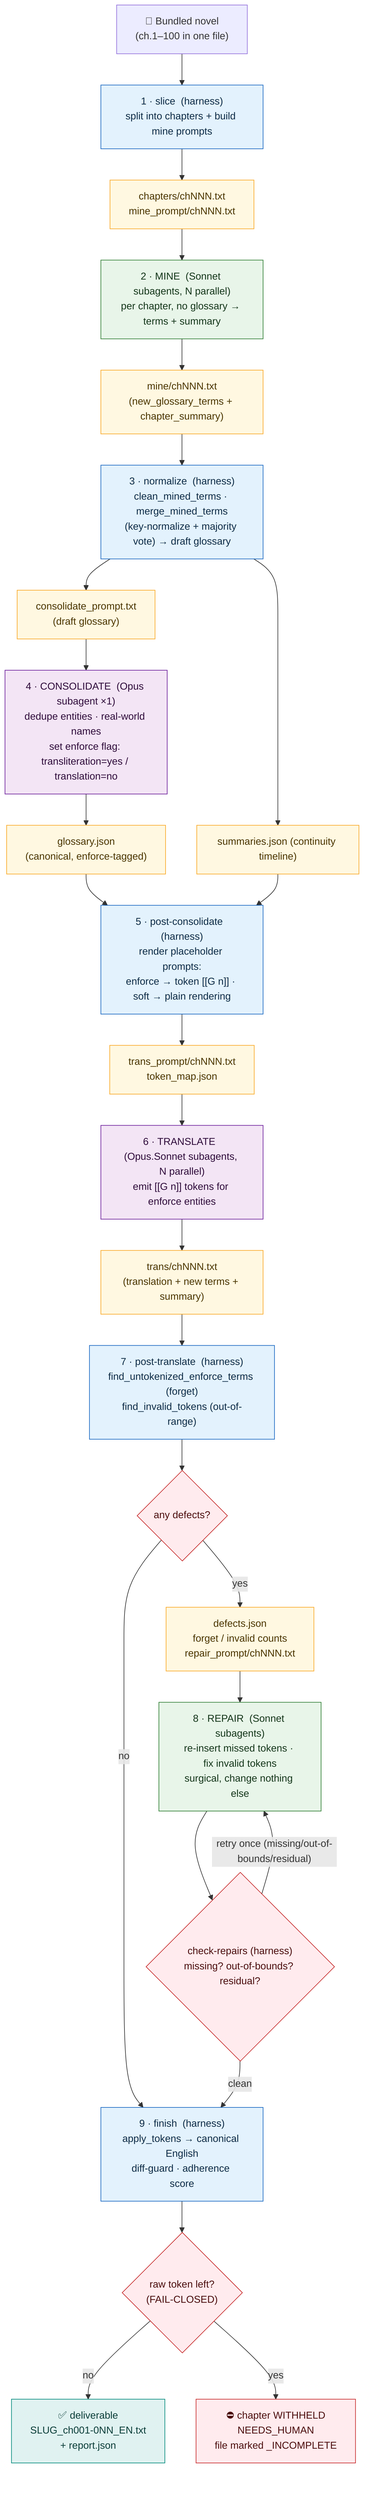
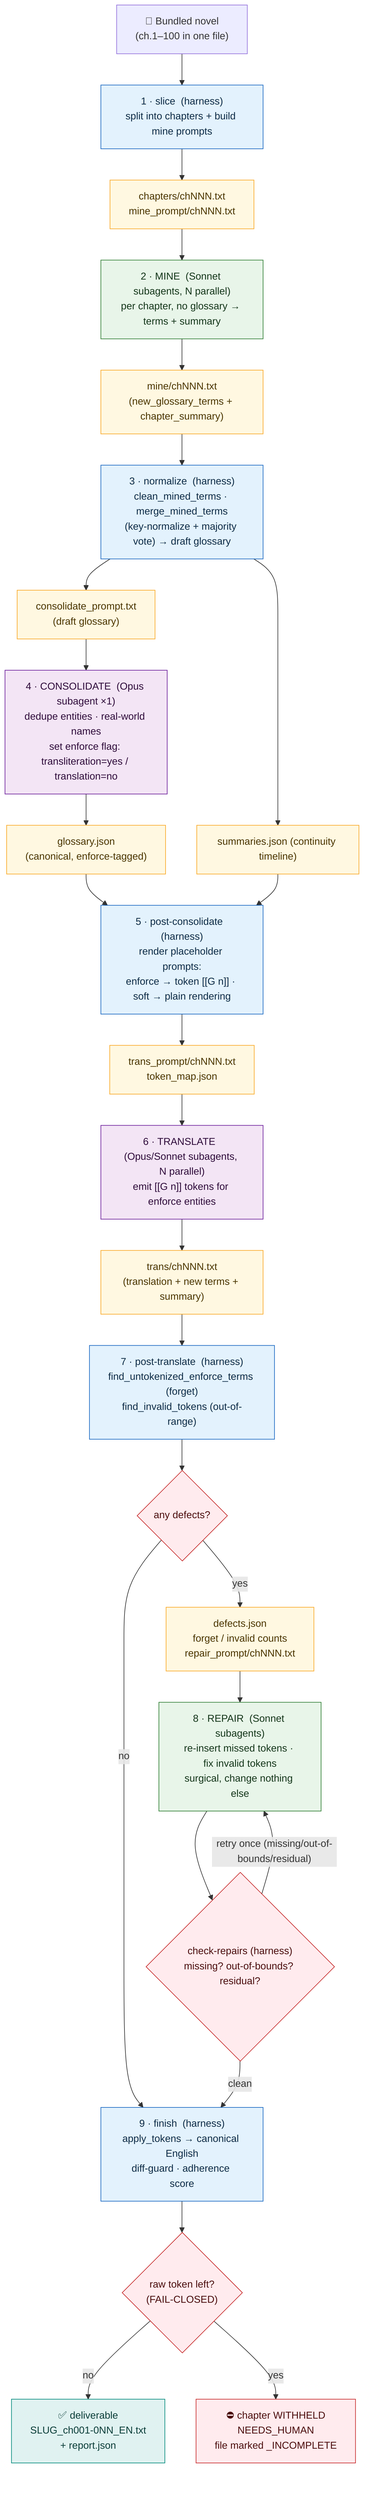
%% Korean→English webnovel translation pipeline (run_pipeline.py)
%% Paste into Excalidraw: top toolbar → search "mermaid" / Insert → "Mermaid to Excalidraw" → paste → Insert.
%% Legend: [harness] = deterministic Python (no model). [subagent] = Claude worker on subscription.

flowchart TD
    SRC["📄 Bundled novel<br/>(ch.1–100 in one file)"]

    %% ---------- Phase 1: slice ----------
    SLICE["1 · slice  (harness)<br/>split into chapters + build mine prompts"]
    CH["chapters/chNNN.txt<br/>mine_prompt/chNNN.txt"]

    %% ---------- Stage 1: mine ----------
    MINE["2 · MINE  (Sonnet subagents, N parallel)<br/>per chapter, no glossary → terms + summary"]
    MINEOUT["mine/chNNN.txt<br/>(new_glossary_terms + chapter_summary)"]

    %% ---------- normalize ----------
    NORM["3 · normalize  (harness)<br/>clean_mined_terms · merge_mined_terms<br/>(key-normalize + majority vote) → draft glossary"]
    SUMM["summaries.json (continuity timeline)"]
    DRAFT["consolidate_prompt.txt<br/>(draft glossary)"]

    %% ---------- consolidate ----------
    CONS["4 · CONSOLIDATE  (Opus subagent ×1)<br/>dedupe entities · real-world names<br/>set enforce flag: transliteration=yes / translation=no"]
    GLOS["glossary.json<br/>(canonical, enforce-tagged)"]

    %% ---------- post-consolidate ----------
    PC["5 · post-consolidate  (harness)<br/>render placeholder prompts:<br/>enforce → token [[G n]] · soft → plain rendering"]
    TP["trans_prompt/chNNN.txt<br/>token_map.json"]

    %% ---------- Stage 2: translate ----------
-     TR["6 · TRANSLATE  (Opus.Sonnet subagents, N parallel)<br/>emit [[G n]] tokens for enforce entities"]
+     TR["6 · TRANSLATE  (Opus/Sonnet subagents, N parallel)<br/>emit [[G n]] tokens for enforce entities"]
    TROUT["trans/chNNN.txt<br/>(translation + new terms + summary)"]

    %% ---------- post-translate: defect detection ----------
    PT["7 · post-translate  (harness)<br/>find_untokenized_enforce_terms (forget)<br/>find_invalid_tokens (out-of-range)"]
    DEF{"any defects?"}
    DJSON["defects.json<br/>forget / invalid counts<br/>repair_prompt/chNNN.txt"]

    %% ---------- repair loop ----------
    REP["8 · REPAIR  (Sonnet subagents)<br/>re-insert missed tokens · fix invalid tokens<br/>surgical, change nothing else"]
    CHK{"check-repairs (harness)<br/>missing? out-of-bounds? residual?"}

    %% ---------- finish ----------
    FIN["9 · finish  (harness)<br/>apply_tokens → canonical English<br/>diff-guard · adherence score"]
    GATE{"raw token left?<br/>(FAIL-CLOSED)"}
    OUT["✅ deliverable<br/>SLUG_ch001-0NN_EN.txt<br/>+ report.json"]
    HOLD["⛔ chapter WITHHELD<br/>NEEDS_HUMAN<br/>file marked _INCOMPLETE"]

    SRC --> SLICE --> CH --> MINE --> MINEOUT --> NORM
    NORM --> SUMM
    NORM --> DRAFT --> CONS --> GLOS --> PC
    SUMM --> PC
    PC --> TP --> TR --> TROUT --> PT --> DEF
    DEF -- no --> FIN
    DEF -- yes --> DJSON --> REP --> CHK
    CHK -- retry once (missing/out-of-bounds/residual) --> REP
    CHK -- clean --> FIN
    FIN --> GATE
    GATE -- no --> OUT
    GATE -- yes --> HOLD

    classDef harness fill:#e3f2fd,stroke:#1565c0,color:#0d2b45;
    classDef sonnet  fill:#e8f5e9,stroke:#2e7d32,color:#14361a;
    classDef opus    fill:#f3e5f5,stroke:#6a1b9a,color:#2e0b3a;
    classDef data    fill:#fff8e1,stroke:#f9a825,color:#4a3500;
    classDef gate    fill:#ffebee,stroke:#c62828,color:#4a0d0d;
    classDef good    fill:#e0f2f1,stroke:#00897b,color:#0a3d38;

    class SLICE,NORM,PC,PT,FIN harness;
    class MINE,REP sonnet;
    class CONS,TR opus;
    class CH,MINEOUT,SUMM,DRAFT,GLOS,TP,TROUT,DJSON data;
    class DEF,CHK,GATE gate;
    class OUT good;
    class HOLD gate;
